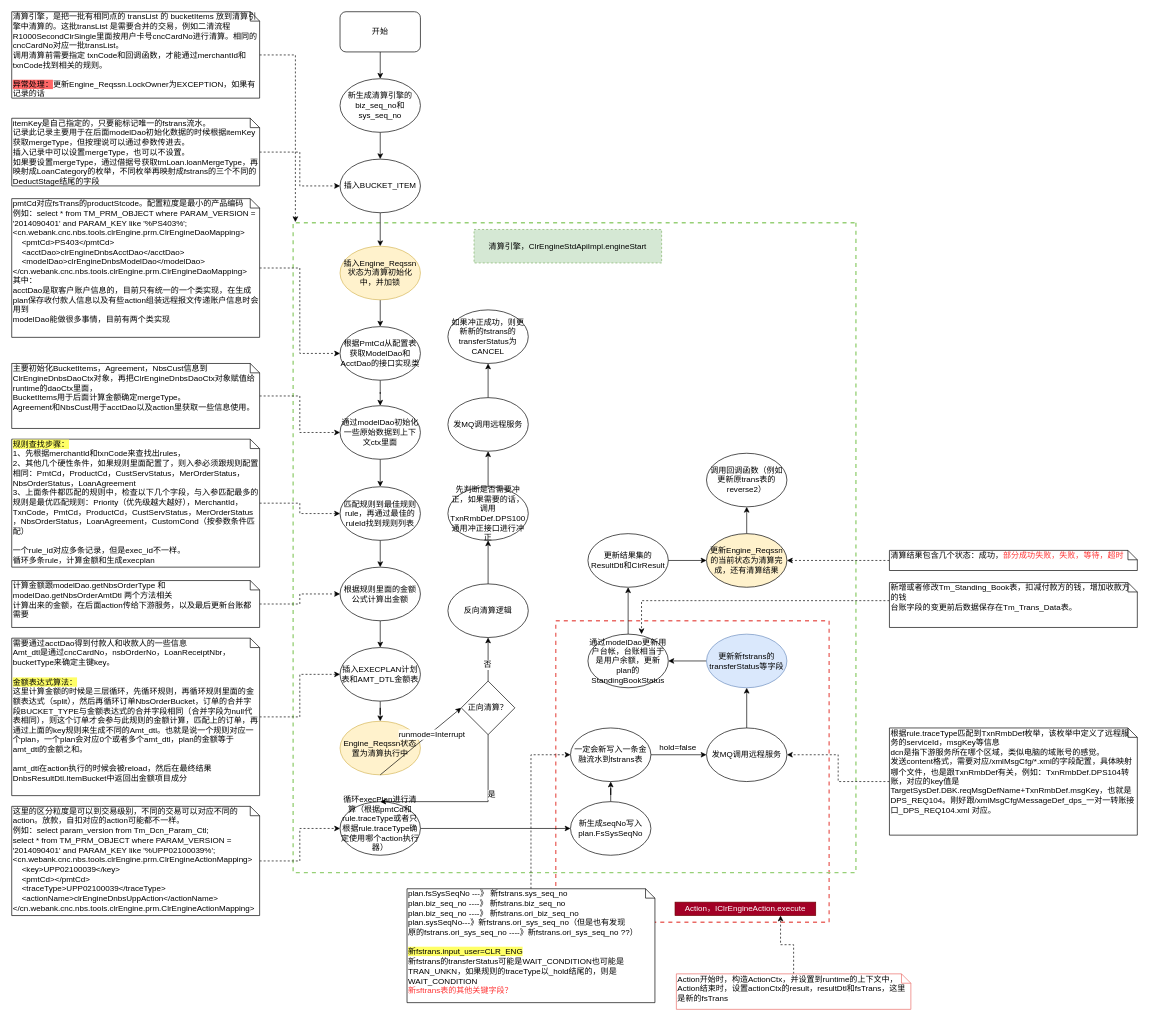
Above: 清算引擎.drawio in staconfree/design (draw.io), before the change. Source tidied: cells renumbered, new cells numbered last; positions are measured from the earlier drawing's top-left corner, leaving out a move shared by most shapes. Both pictures are drawn from the tidied source at 67%, with x=0, y=0 at pixel (11, 11).
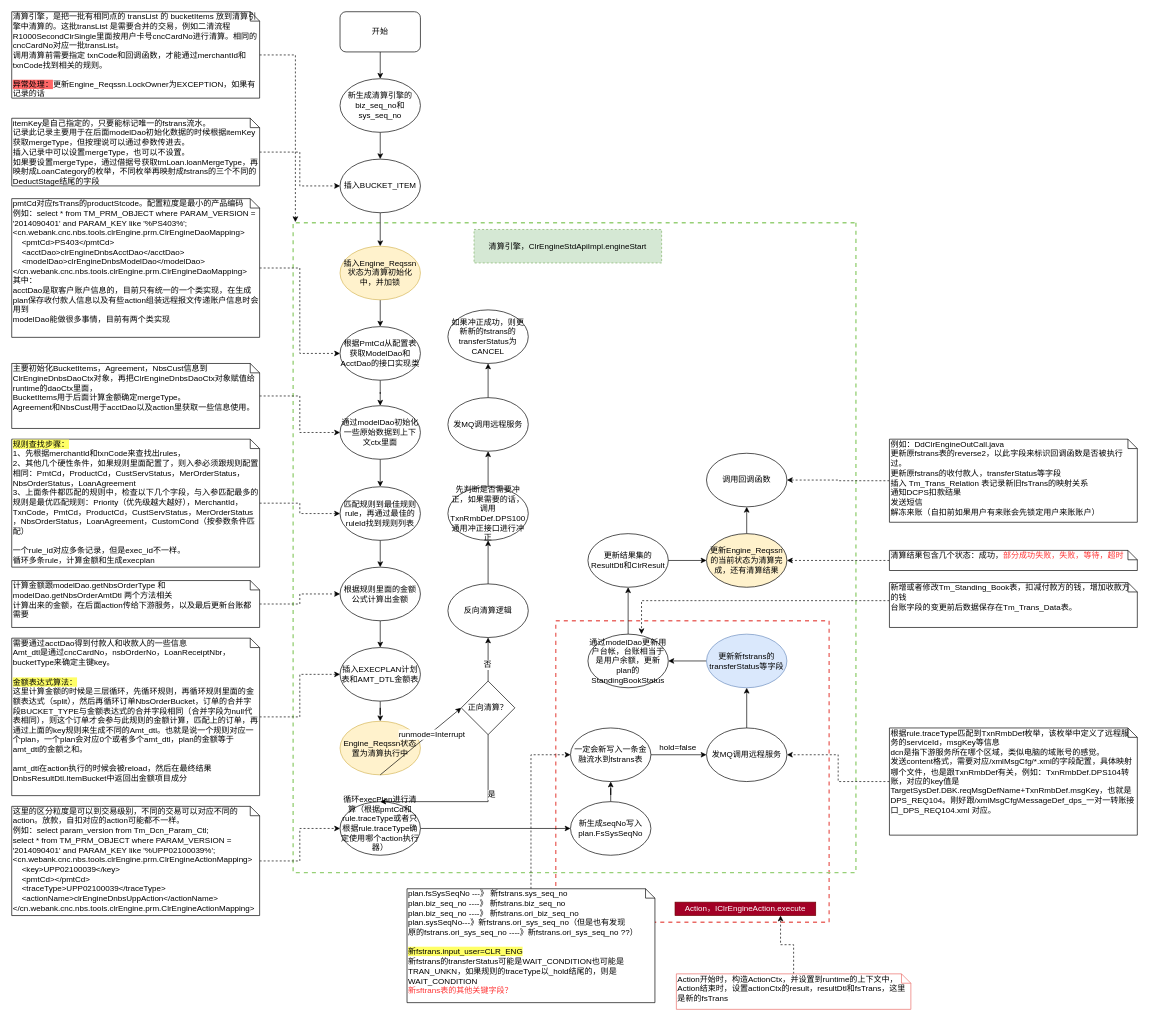
The same page after the edit.

Commit message:
更新清算引擎.drawio

The edit, as a diff of the source:
```diff
@@
-    <mxCell id="46" value="调用回调函数（例如更新原trans表的reverse2）" style="ellipse;whiteSpace=wrap;html=1;" parent="1" vertex="1">
+    <mxCell id="46" value="调用回调函数" style="ellipse;whiteSpace=wrap;html=1;" parent="1" vertex="1">
       <mxGeometry x="1037" y="659" width="120" height="80" as="geometry" />
     </mxCell>
@@
+    <mxCell id="83" style="edgeStyle=orthogonalEdgeStyle;rounded=0;jettySize=auto;html=1;entryX=1;entryY=0.5;entryDx=0;entryDy=0;dashed=1;" parent="1" edge="1" source="84" target="46">
+      <mxGeometry relative="1" as="geometry" />
+    </mxCell>
+    <mxCell id="84" value="&lt;div&gt;例如：DdClrEngineOutCall.java&lt;/div&gt;&lt;div&gt;更新原fstrans表的reverse2，以此字段来标识回调函数是否被执行过。&lt;br&gt;更新原fstrans的收付款人，transferStatus等字段&lt;br&gt;插入 Tm_Trans_Relation 表记录新旧fsTrans的映射关系&lt;/div&gt;&lt;div&gt;通知DCPS扣款结果&lt;/div&gt;&lt;div&gt;发送短信&lt;br&gt;解冻来账（自扣前如果用户有来账会先锁定用户来账账户）&lt;br&gt;&lt;/div&gt;" style="shape=note;whiteSpace=wrap;html=1;size=14;verticalAlign=top;align=left;spacingTop=-6;" parent="1" vertex="1">
+      <mxGeometry x="1310" y="638" width="370" height="124" as="geometry" />
+    </mxCell>
```
